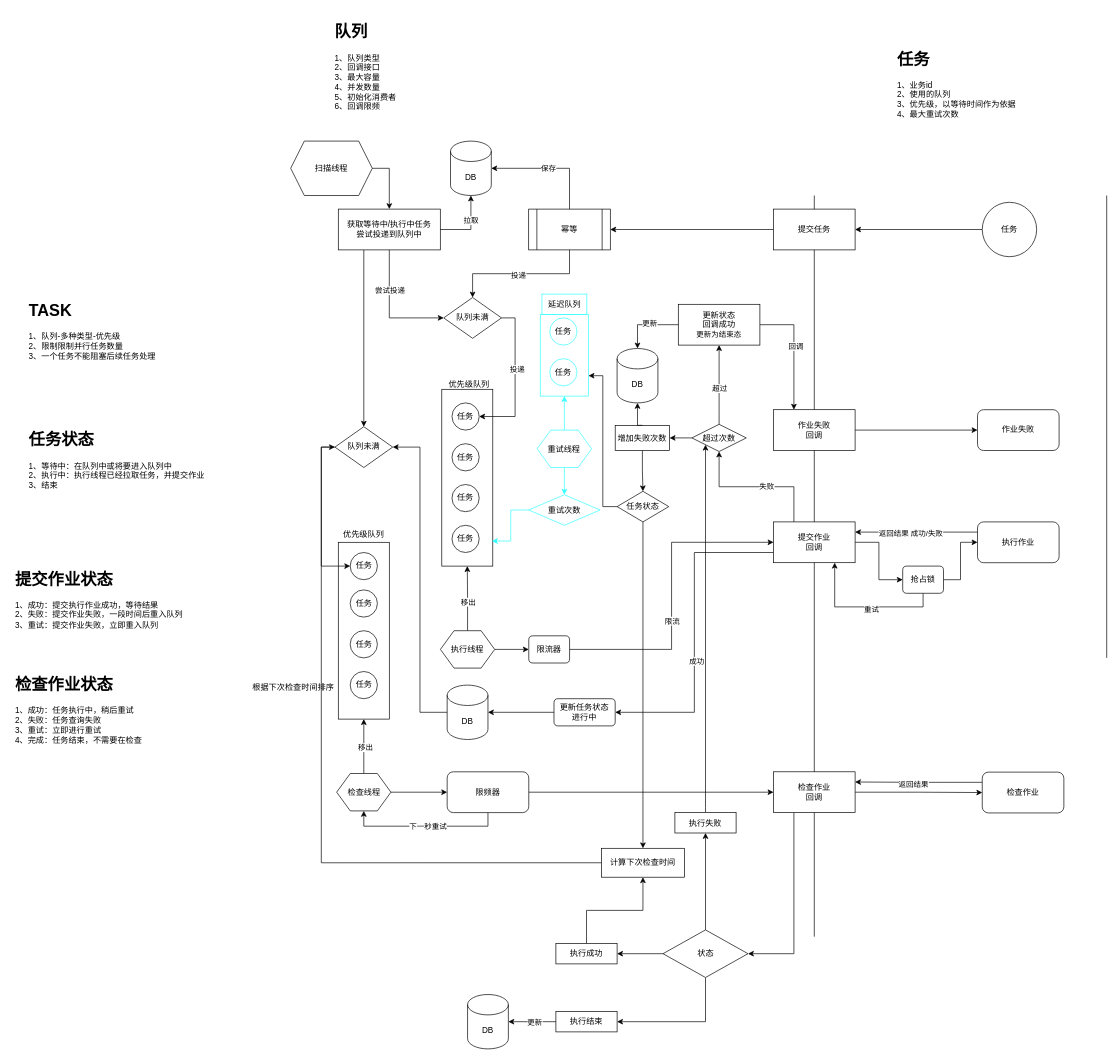
LuckFirefly015/sjy keeps this draw.io diagram as mini.drawio. Above is the earlier version. Source tidied: cells renumbered, new cells numbered last; positions are measured from the earlier drawing's top-left corner, leaving out a move shared by most shapes. Both pictures are drawn from the tidied source at 68%, with x=0, y=0 at pixel (12, 18).
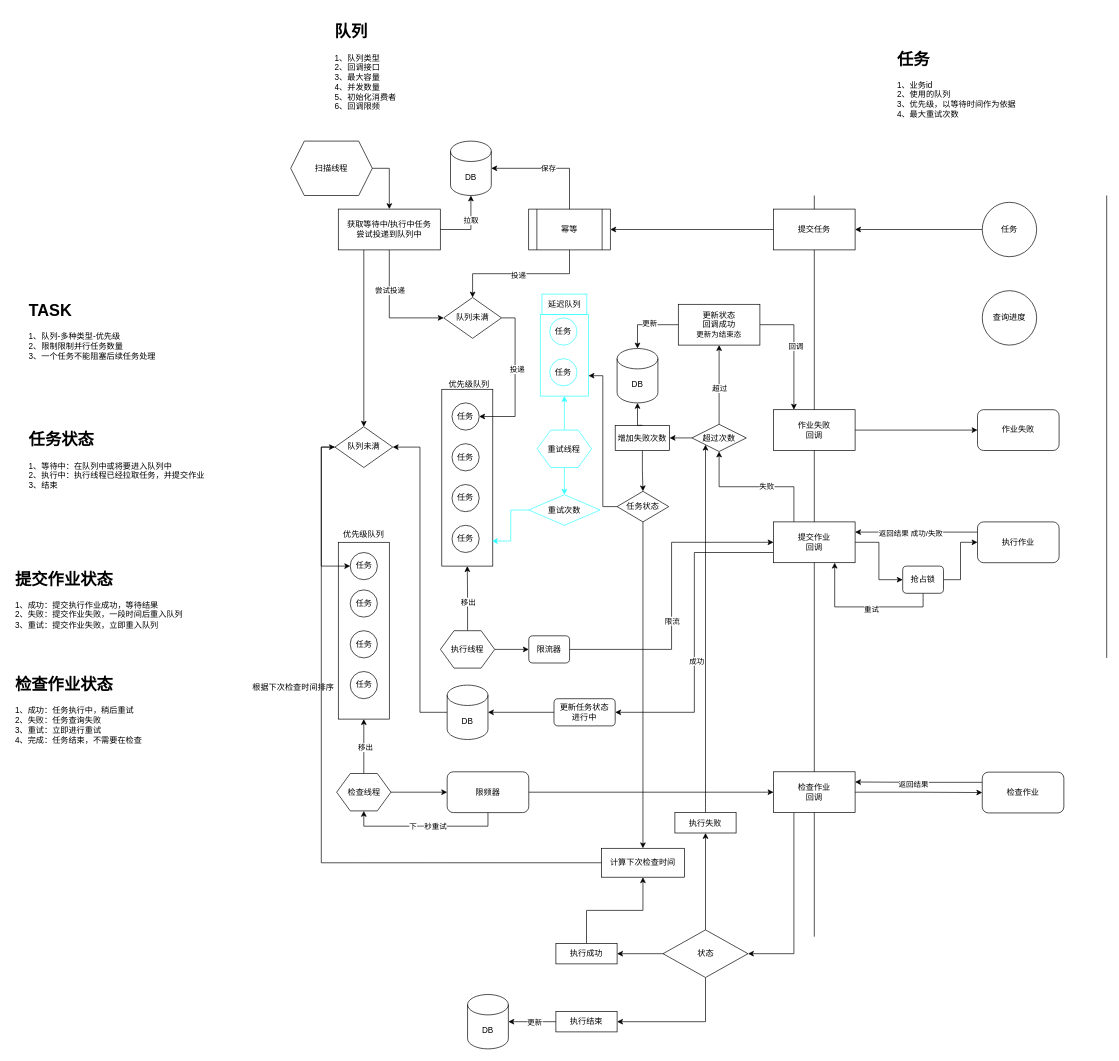
The same page after the edit.

Change to the diagram source:
```diff
@@
+    <mxCell id="126" value="查询进度" style="ellipse;whiteSpace=wrap;html=1;" parent="1" vertex="1">
+      <mxGeometry x="1427" y="400" width="80" height="80" as="geometry" />
+    </mxCell>
```
